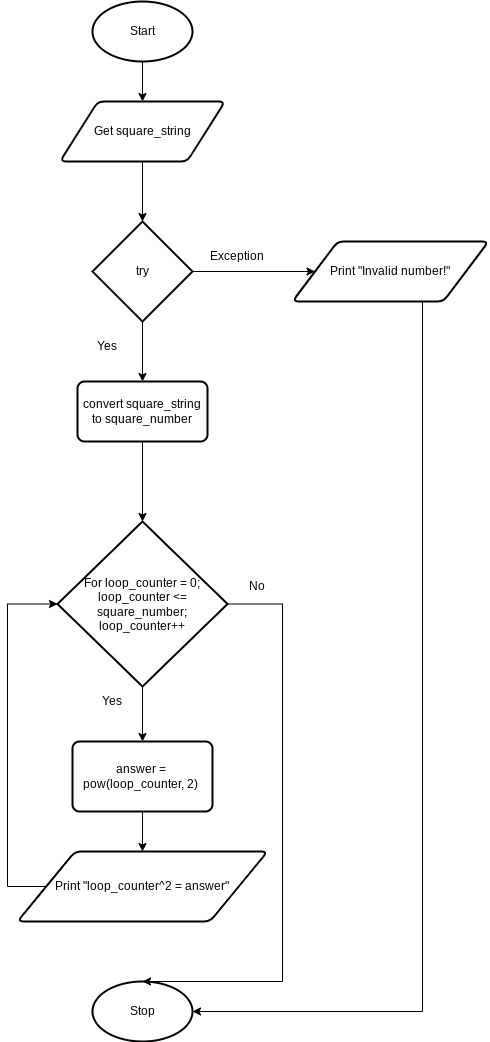
The draw.io diagram design.square.flowchart.png in Yiyun-Qin/ICS3U-Unit4-03-Python, before a commit. Source tidied: cells renumbered, new cells last; positions are measured from the earlier drawing's top-left corner, leaving out a move shared by most shapes.
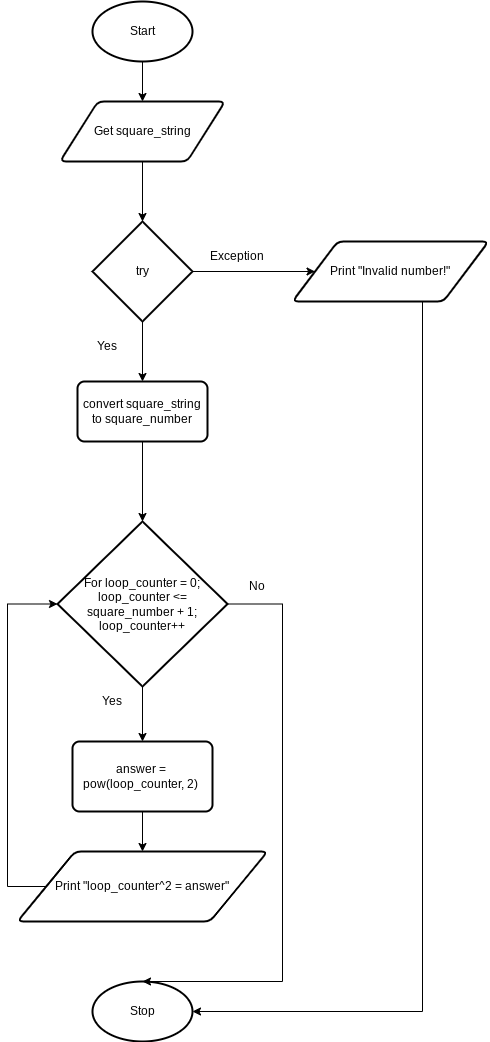
After the commit.

What changed in the source:
```diff
@@ -60,7 +60,7 @@
         </Array>
       </mxGeometry>
     </mxCell>
-    <mxCell id="18" value="For loop_counter = 0; loop_counter &amp;lt;= square_number; loop_counter++" style="strokeWidth=2;html=1;shape=mxgraph.flowchart.decision;whiteSpace=wrap;" parent="1" vertex="1">
+    <mxCell id="18" value="For loop_counter = 0; loop_counter &amp;lt;= square_number + 1; loop_counter++" style="strokeWidth=2;html=1;shape=mxgraph.flowchart.decision;whiteSpace=wrap;" parent="1" vertex="1">
       <mxGeometry x="50" y="520" width="170" height="165" as="geometry" />
     </mxCell>
     <mxCell id="19" style="edgeStyle=orthogonalEdgeStyle;rounded=0;html=1;exitX=0.5;exitY=1;exitDx=0;exitDy=0;entryX=0.5;entryY=0;entryDx=0;entryDy=0;" parent="1" edge="1" source="20" target="23">
```
